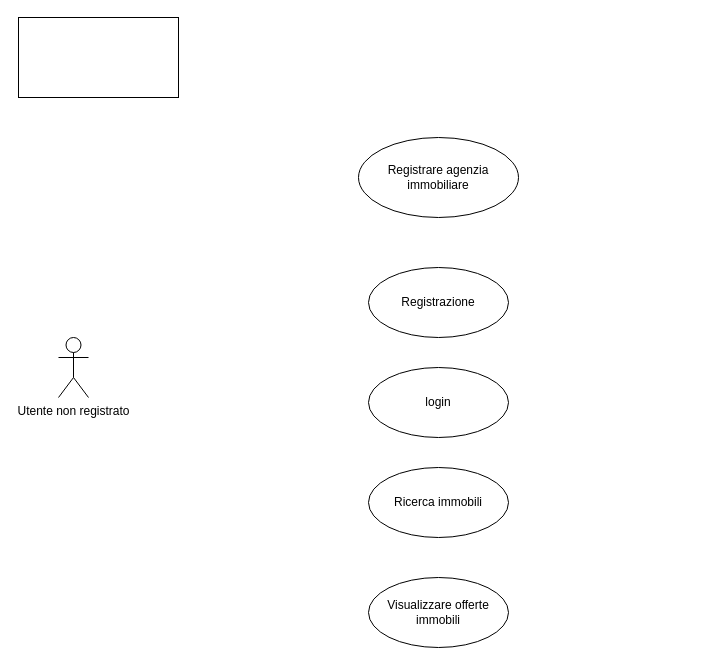
Earlier version of the draw.io diagram diagrammi/UseCase-compratore.drawio (Sperob98/Documentazione-DietiEstates25). Source tidied: cells renumbered, new cells numbered last; positions are measured from the earlier drawing's top-left corner, leaving out a move shared by most shapes. Both pictures are drawn from the tidied source at 100%, with x=0, y=0 at pixel (18, 17).
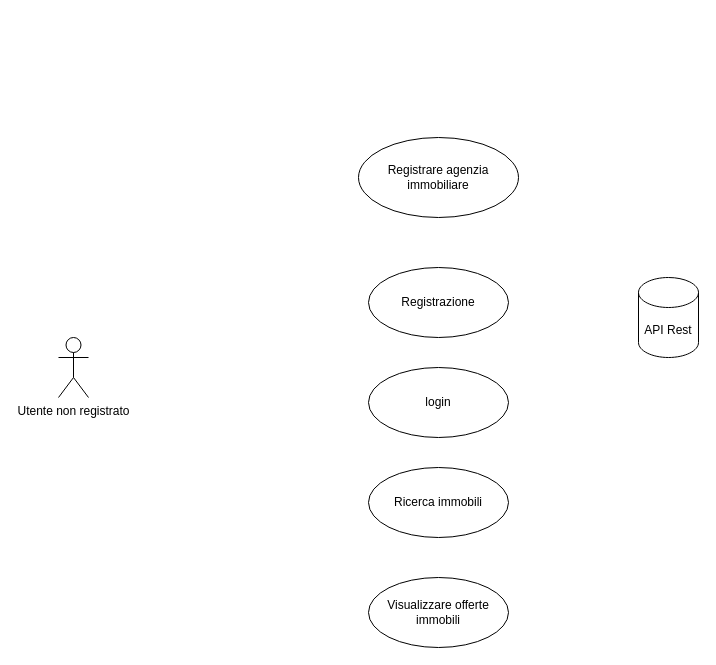
After the change.

The edit, as a diff of the source:
```diff
@@
 <mxGraphModel>
   <root>
     <mxCell id="0" />
     <mxCell id="1" parent="0" />
-    <mxCell id="2" style="rounded=0;whiteSpace=wrap;html=1;fontFamily=Architects Daughter;" parent="1" vertex="1">
-      <mxGeometry width="160" height="80" as="geometry" />
-    </mxCell>
-    <mxCell id="3" style="rounded=0;whiteSpace=wrap;html=1;fontFamily=Architects Daughter;" parent="1" vertex="1">
-      <mxGeometry width="160" height="80" as="geometry" />
-    </mxCell>
     <mxCell id="4" value="Utente non registrato" style="shape=umlActor;verticalLabelPosition=bottom;verticalAlign=top;html=1;" parent="1" vertex="1">
       <mxGeometry x="40" y="320" width="30" height="60" as="geometry" />
     </mxCell>
     <mxCell id="5" value="Registrare agenzia immobiliare" style="ellipse;whiteSpace=wrap;html=1;" parent="1" vertex="1">
       <mxGeometry x="340" y="120" width="160" height="80" as="geometry" />
     </mxCell>
     <mxCell id="6" value="Registrazione" style="ellipse;whiteSpace=wrap;html=1;" parent="1" vertex="1">
       <mxGeometry x="350" y="250" width="140" height="70" as="geometry" />
     </mxCell>
     <mxCell id="7" value="login" style="ellipse;whiteSpace=wrap;html=1;" parent="1" vertex="1">
       <mxGeometry x="350" y="350" width="140" height="70" as="geometry" />
     </mxCell>
     <mxCell id="8" value="Ricerca immobili" style="ellipse;whiteSpace=wrap;html=1;" parent="1" vertex="1">
       <mxGeometry x="350" y="450" width="140" height="70" as="geometry" />
     </mxCell>
     <mxCell id="9" value="Visualizzare offerte immobili" style="ellipse;whiteSpace=wrap;html=1;" parent="1" vertex="1">
       <mxGeometry x="350" y="560" width="140" height="70" as="geometry" />
     </mxCell>
+    <mxCell id="10" value="API Rest" style="shape=cylinder3;whiteSpace=wrap;html=1;boundedLbl=1;backgroundOutline=1;size=15;" parent="1" vertex="1">
+      <mxGeometry x="620" y="260" width="60" height="80" as="geometry" />
+    </mxCell>
   </root>
 </mxGraphModel>
```
